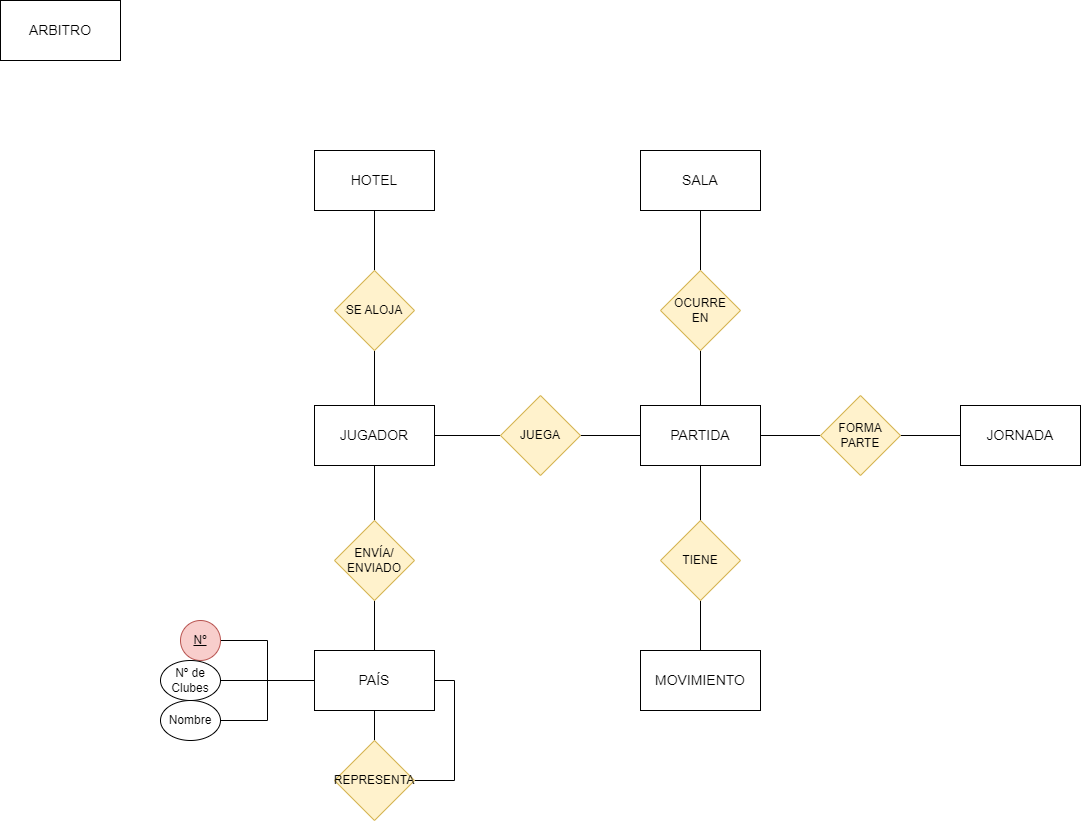
IsaiasTolP/Base-Datos keeps this draw.io diagram as Unidad-2/Tareas-entregables/Entregable-2/images/Tarea-entregable-2.png. Above is the earlier version. Source tidied: cells renumbered, new cells last; positions are measured from the earlier drawing's top-left corner, leaving out a move shared by most shapes.
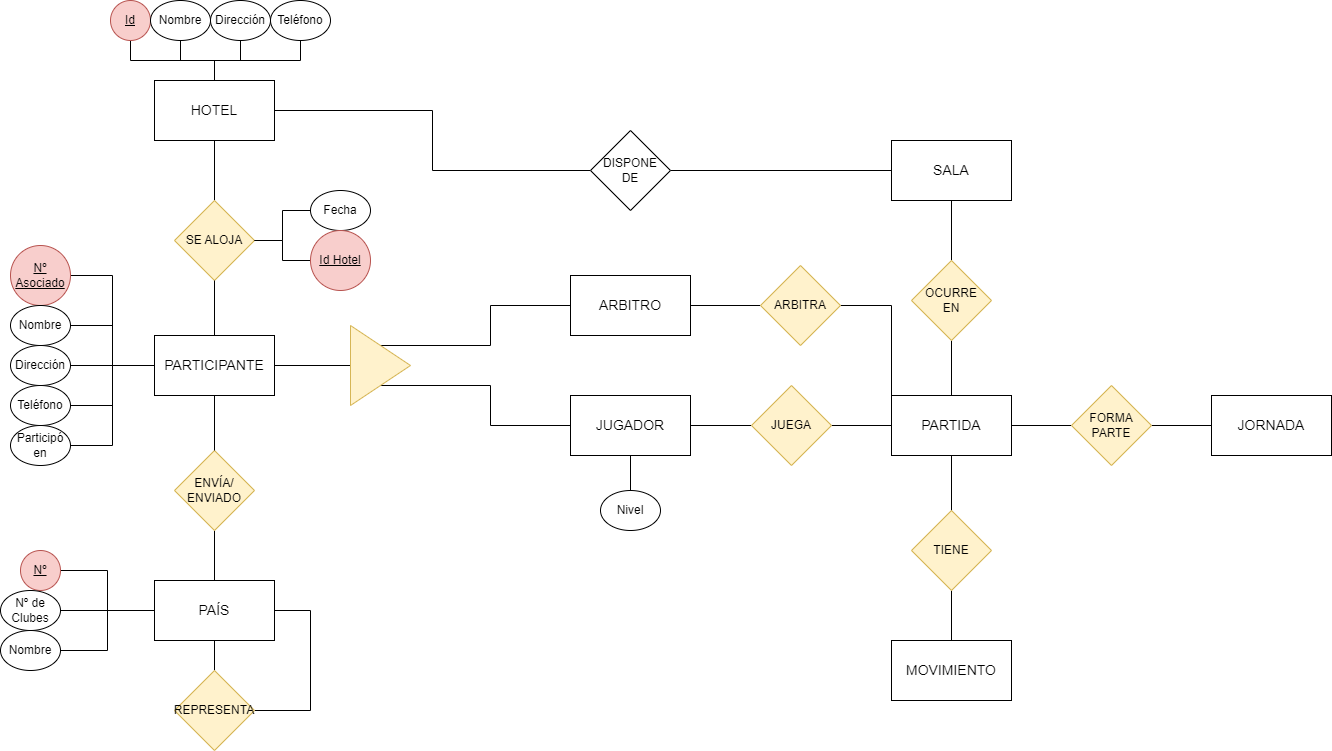
After the change.

What changed in the source:
```diff
@@ -5,14 +5,14 @@
     <mxCell id="2" style="edgeStyle=orthogonalEdgeStyle;rounded=0;jettySize=auto;html=1;endArrow=none;endFill=0;" parent="1" edge="1" source="4" target="18">
       <mxGeometry relative="1" as="geometry" />
     </mxCell>
-    <mxCell id="3" style="edgeStyle=orthogonalEdgeStyle;rounded=0;jettySize=auto;html=1;endArrow=none;endFill=0;" parent="1" edge="1" source="4" target="28">
-      <mxGeometry relative="1" as="geometry" />
-    </mxCell>
     <mxCell id="4" value="JUGADOR" style="rounded=0;whiteSpace=wrap;html=1;fontSize=14;" parent="1" vertex="1">
-      <mxGeometry x="314" y="405" width="120" height="60" as="geometry" />
+      <mxGeometry x="730" y="465" width="120" height="60" as="geometry" />
     </mxCell>
+    <mxCell id="37" style="edgeStyle=orthogonalEdgeStyle;rounded=0;jettySize=auto;html=1;endArrow=none;endFill=0;" parent="1" edge="1" source="5" target="59">
+      <mxGeometry relative="1" as="geometry" />
+    </mxCell>
     <mxCell id="5" value="ARBITRO" style="rounded=0;whiteSpace=wrap;html=1;fontSize=14;" parent="1" vertex="1">
-      <mxGeometry width="120" height="60" as="geometry" />
+      <mxGeometry x="730" y="345" width="120" height="60" as="geometry" />
     </mxCell>
     <mxCell id="6" style="edgeStyle=orthogonalEdgeStyle;rounded=0;jettySize=auto;html=1;endArrow=none;endFill=0;" parent="1" edge="1" source="9" target="18">
       <mxGeometry relative="1" as="geometry" />
@@ -24,53 +24,58 @@
       <mxGeometry relative="1" as="geometry" />
     </mxCell>
     <mxCell id="9" value="PARTIDA" style="rounded=0;whiteSpace=wrap;html=1;fontSize=14;" parent="1" vertex="1">
-      <mxGeometry x="640" y="405" width="120" height="60" as="geometry" />
+      <mxGeometry x="1051" y="465" width="120" height="60" as="geometry" />
     </mxCell>
     <mxCell id="10" style="edgeStyle=orthogonalEdgeStyle;rounded=0;jettySize=auto;html=1;exitX=1;exitY=0.5;exitDx=0;exitDy=0;entryX=1;entryY=0.5;entryDx=0;entryDy=0;endArrow=none;endFill=0;" parent="1" edge="1" source="11" target="36">
-      <mxGeometry relative="1" as="geometry" />
+      <mxGeometry relative="1" as="geometry">
+        <Array as="points">
+          <mxPoint x="470" y="680" />
+          <mxPoint x="470" y="780" />
+        </Array>
+      </mxGeometry>
     </mxCell>
     <mxCell id="11" value="PAÍS" style="rounded=0;whiteSpace=wrap;html=1;fontSize=14;" parent="1" vertex="1">
       <mxGeometry x="314" y="650" width="120" height="60" as="geometry" />
     </mxCell>
+    <mxCell id="38" style="edgeStyle=orthogonalEdgeStyle;rounded=0;jettySize=auto;html=1;exitX=1;exitY=0.5;exitDx=0;exitDy=0;entryX=0;entryY=0.5;entryDx=0;entryDy=0;endArrow=none;endFill=0;" parent="1" edge="1" source="12" target="71">
+      <mxGeometry relative="1" as="geometry" />
+    </mxCell>
     <mxCell id="12" value="HOTEL" style="rounded=0;whiteSpace=wrap;html=1;fontSize=14;" parent="1" vertex="1">
       <mxGeometry x="314" y="150" width="120" height="60" as="geometry" />
     </mxCell>
     <mxCell id="13" value="JORNADA" style="rounded=0;whiteSpace=wrap;html=1;fontSize=14;" parent="1" vertex="1">
-      <mxGeometry x="960" y="405" width="120" height="60" as="geometry" />
+      <mxGeometry x="1371" y="465" width="120" height="60" as="geometry" />
     </mxCell>
     <mxCell id="14" style="edgeStyle=orthogonalEdgeStyle;rounded=0;jettySize=auto;html=1;endArrow=none;endFill=0;" parent="1" edge="1" source="15" target="19">
       <mxGeometry relative="1" as="geometry" />
     </mxCell>
     <mxCell id="15" value="SALA" style="rounded=0;whiteSpace=wrap;html=1;fontSize=14;" parent="1" vertex="1">
-      <mxGeometry x="640" y="150" width="120" height="60" as="geometry" />
+      <mxGeometry x="1051" y="210" width="120" height="60" as="geometry" />
     </mxCell>
     <mxCell id="16" style="edgeStyle=orthogonalEdgeStyle;rounded=0;jettySize=auto;html=1;endArrow=none;endFill=0;" parent="1" edge="1" source="17" target="21">
       <mxGeometry relative="1" as="geometry" />
     </mxCell>
     <mxCell id="17" value="MOVIMIENTO" style="rounded=0;whiteSpace=wrap;html=1;fontSize=14;" parent="1" vertex="1">
-      <mxGeometry x="640" y="650" width="120" height="60" as="geometry" />
+      <mxGeometry x="1051" y="710" width="120" height="60" as="geometry" />
     </mxCell>
     <mxCell id="18" value="JUEGA" style="rhombus;whiteSpace=wrap;html=1;fillColor=#fff2cc;strokeColor=#d6b656;" parent="1" vertex="1">
-      <mxGeometry x="500" y="395" width="80" height="80" as="geometry" />
+      <mxGeometry x="911" y="455" width="80" height="80" as="geometry" />
     </mxCell>
     <mxCell id="19" value="OCURRE &lt;br&gt;EN" style="rhombus;whiteSpace=wrap;html=1;fillColor=#fff2cc;strokeColor=#d6b656;" parent="1" vertex="1">
-      <mxGeometry x="660" y="270" width="80" height="80" as="geometry" />
+      <mxGeometry x="1071" y="330" width="80" height="80" as="geometry" />
     </mxCell>
     <mxCell id="20" style="edgeStyle=orthogonalEdgeStyle;rounded=0;jettySize=auto;html=1;endArrow=none;endFill=0;" parent="1" edge="1" source="21" target="9">
       <mxGeometry relative="1" as="geometry" />
     </mxCell>
     <mxCell id="21" value="TIENE" style="rhombus;whiteSpace=wrap;html=1;fillColor=#fff2cc;strokeColor=#d6b656;" parent="1" vertex="1">
-      <mxGeometry x="660" y="520" width="80" height="80" as="geometry" />
+      <mxGeometry x="1071" y="580" width="80" height="80" as="geometry" />
     </mxCell>
     <mxCell id="22" style="edgeStyle=orthogonalEdgeStyle;rounded=0;jettySize=auto;html=1;endArrow=none;endFill=0;" parent="1" edge="1" source="23" target="13">
       <mxGeometry relative="1" as="geometry" />
     </mxCell>
     <mxCell id="23" value="FORMA PARTE" style="rhombus;whiteSpace=wrap;html=1;fillColor=#fff2cc;strokeColor=#d6b656;" parent="1" vertex="1">
-      <mxGeometry x="820" y="395" width="80" height="80" as="geometry" />
+      <mxGeometry x="1231" y="455" width="80" height="80" as="geometry" />
     </mxCell>
-    <mxCell id="24" style="edgeStyle=orthogonalEdgeStyle;rounded=0;jettySize=auto;html=1;endArrow=none;endFill=0;" parent="1" edge="1" source="26" target="4">
-      <mxGeometry relative="1" as="geometry" />
-    </mxCell>
     <mxCell id="25" style="edgeStyle=orthogonalEdgeStyle;rounded=0;jettySize=auto;html=1;endArrow=none;endFill=0;" parent="1" edge="1" source="26" target="11">
       <mxGeometry relative="1" as="geometry" />
     </mxCell>
@@ -107,5 +112,110 @@
     <mxCell id="36" value="REPRESENTA" style="rhombus;whiteSpace=wrap;html=1;fillColor=#fff2cc;strokeColor=#d6b656;" parent="1" vertex="1">
       <mxGeometry x="334" y="740" width="80" height="80" as="geometry" />
     </mxCell>
+    <mxCell id="39" style="edgeStyle=orthogonalEdgeStyle;rounded=0;jettySize=auto;html=1;endArrow=none;endFill=0;" parent="1" edge="1" source="42" target="28">
+      <mxGeometry relative="1" as="geometry" />
+    </mxCell>
+    <mxCell id="40" style="edgeStyle=orthogonalEdgeStyle;rounded=0;jettySize=auto;html=1;endArrow=none;endFill=0;" parent="1" edge="1" source="42" target="26">
+      <mxGeometry relative="1" as="geometry" />
+    </mxCell>
+    <mxCell id="41" style="edgeStyle=orthogonalEdgeStyle;rounded=0;jettySize=auto;html=1;exitX=1;exitY=0.5;exitDx=0;exitDy=0;entryX=0;entryY=0.5;entryDx=0;entryDy=0;endArrow=none;endFill=0;" parent="1" edge="1" source="42" target="45">
+      <mxGeometry relative="1" as="geometry" />
+    </mxCell>
+    <mxCell id="42" value="PARTICIPANTE" style="rounded=0;whiteSpace=wrap;html=1;fontSize=14;" parent="1" vertex="1">
+      <mxGeometry x="314" y="405" width="120" height="60" as="geometry" />
+    </mxCell>
+    <mxCell id="43" style="edgeStyle=orthogonalEdgeStyle;rounded=0;jettySize=auto;html=1;exitX=0.5;exitY=1;exitDx=0;exitDy=0;entryX=0;entryY=0.5;entryDx=0;entryDy=0;endArrow=none;endFill=0;" parent="1" edge="1" source="45" target="4">
+      <mxGeometry relative="1" as="geometry" />
+    </mxCell>
+    <mxCell id="44" style="edgeStyle=orthogonalEdgeStyle;rounded=0;jettySize=auto;html=1;exitX=0.5;exitY=0;exitDx=0;exitDy=0;entryX=0;entryY=0.5;entryDx=0;entryDy=0;endArrow=none;endFill=0;" parent="1" edge="1" source="45" target="5">
+      <mxGeometry relative="1" as="geometry" />
+    </mxCell>
+    <mxCell id="45" style="triangle;whiteSpace=wrap;html=1;fillColor=#fff2cc;strokeColor=#d6b656;" parent="1" vertex="1">
+      <mxGeometry x="510" y="395" width="60" height="80" as="geometry" />
+    </mxCell>
+    <mxCell id="46" style="edgeStyle=orthogonalEdgeStyle;rounded=0;jettySize=auto;html=1;exitX=1;exitY=0.5;exitDx=0;exitDy=0;entryX=0;entryY=0.5;entryDx=0;entryDy=0;endArrow=none;endFill=0;" parent="1" edge="1" source="47" target="42">
+      <mxGeometry relative="1" as="geometry" />
+    </mxCell>
+    <mxCell id="47" value="&lt;u&gt;Nº Asociado&lt;/u&gt;" style="ellipse;whiteSpace=wrap;html=1;fillColor=#f8cecc;strokeColor=#b85450;" parent="1" vertex="1">
+      <mxGeometry x="170" y="315" width="60" height="60" as="geometry" />
+    </mxCell>
+    <mxCell id="48" style="edgeStyle=orthogonalEdgeStyle;rounded=0;jettySize=auto;html=1;endArrow=none;endFill=0;" parent="1" edge="1" source="49" target="42">
+      <mxGeometry relative="1" as="geometry" />
+    </mxCell>
+    <mxCell id="49" value="Nombre" style="ellipse;whiteSpace=wrap;html=1;" parent="1" vertex="1">
+      <mxGeometry x="170" y="375" width="60" height="40" as="geometry" />
+    </mxCell>
+    <mxCell id="50" style="edgeStyle=orthogonalEdgeStyle;rounded=0;jettySize=auto;html=1;endArrow=none;endFill=0;" parent="1" edge="1" source="51" target="42">
+      <mxGeometry relative="1" as="geometry" />
+    </mxCell>
+    <mxCell id="51" value="Dirección" style="ellipse;whiteSpace=wrap;html=1;" parent="1" vertex="1">
+      <mxGeometry x="170" y="415" width="60" height="40" as="geometry" />
+    </mxCell>
+    <mxCell id="52" style="edgeStyle=orthogonalEdgeStyle;rounded=0;jettySize=auto;html=1;endArrow=none;endFill=0;" parent="1" edge="1" source="53" target="42">
+      <mxGeometry relative="1" as="geometry" />
+    </mxCell>
+    <mxCell id="53" value="Teléfono" style="ellipse;whiteSpace=wrap;html=1;" parent="1" vertex="1">
+      <mxGeometry x="170" y="455" width="60" height="40" as="geometry" />
+    </mxCell>
+    <mxCell id="54" style="edgeStyle=orthogonalEdgeStyle;rounded=0;jettySize=auto;html=1;exitX=1;exitY=0.5;exitDx=0;exitDy=0;entryX=0;entryY=0.5;entryDx=0;entryDy=0;endArrow=none;endFill=0;" parent="1" edge="1" source="55" target="42">
+      <mxGeometry relative="1" as="geometry" />
+    </mxCell>
+    <mxCell id="55" value="Participó en" style="ellipse;whiteSpace=wrap;html=1;" parent="1" vertex="1">
+      <mxGeometry x="170" y="495" width="60" height="40" as="geometry" />
+    </mxCell>
+    <mxCell id="56" style="edgeStyle=orthogonalEdgeStyle;rounded=0;jettySize=auto;html=1;endArrow=none;endFill=0;" parent="1" edge="1" source="57" target="4">
+      <mxGeometry relative="1" as="geometry" />
+    </mxCell>
+    <mxCell id="57" value="Nivel" style="ellipse;whiteSpace=wrap;html=1;" parent="1" vertex="1">
+      <mxGeometry x="760" y="560" width="60" height="40" as="geometry" />
+    </mxCell>
+    <mxCell id="58" style="edgeStyle=orthogonalEdgeStyle;rounded=0;jettySize=auto;html=1;exitX=1;exitY=0.5;exitDx=0;exitDy=0;entryX=0;entryY=0;entryDx=0;entryDy=0;endArrow=none;endFill=0;" parent="1" edge="1" source="59" target="9">
+      <mxGeometry relative="1" as="geometry" />
+    </mxCell>
+    <mxCell id="59" value="ARBITRA" style="rhombus;whiteSpace=wrap;html=1;fillColor=#fff2cc;strokeColor=#d6b656;" parent="1" vertex="1">
+      <mxGeometry x="920" y="335" width="80" height="80" as="geometry" />
+    </mxCell>
+    <mxCell id="60" style="edgeStyle=orthogonalEdgeStyle;rounded=0;jettySize=auto;html=1;exitX=0.5;exitY=1;exitDx=0;exitDy=0;entryX=0.5;entryY=0;entryDx=0;entryDy=0;endArrow=none;endFill=0;" parent="1" edge="1" source="61" target="12">
+      <mxGeometry relative="1" as="geometry" />
+    </mxCell>
+    <mxCell id="61" value="&lt;u&gt;Id&lt;/u&gt;" style="ellipse;whiteSpace=wrap;html=1;fillColor=#f8cecc;strokeColor=#b85450;" parent="1" vertex="1">
+      <mxGeometry x="270" y="70" width="40" height="40" as="geometry" />
+    </mxCell>
+    <mxCell id="62" style="edgeStyle=orthogonalEdgeStyle;rounded=0;jettySize=auto;html=1;endArrow=none;endFill=0;" parent="1" edge="1" source="63" target="28">
+      <mxGeometry relative="1" as="geometry" />
+    </mxCell>
+    <mxCell id="63" value="Fecha" style="ellipse;whiteSpace=wrap;html=1;" parent="1" vertex="1">
+      <mxGeometry x="470" y="260" width="60" height="40" as="geometry" />
+    </mxCell>
+    <mxCell id="64" style="edgeStyle=orthogonalEdgeStyle;rounded=0;jettySize=auto;html=1;endArrow=none;endFill=0;" parent="1" edge="1" source="65" target="12">
+      <mxGeometry relative="1" as="geometry" />
+    </mxCell>
+    <mxCell id="65" value="Dirección" style="ellipse;whiteSpace=wrap;html=1;" parent="1" vertex="1">
+      <mxGeometry x="370" y="70" width="60" height="40" as="geometry" />
+    </mxCell>
+    <mxCell id="66" style="edgeStyle=orthogonalEdgeStyle;rounded=0;jettySize=auto;html=1;endArrow=none;endFill=0;" parent="1" edge="1" source="67" target="12">
+      <mxGeometry relative="1" as="geometry" />
+    </mxCell>
+    <mxCell id="67" value="Teléfono" style="ellipse;whiteSpace=wrap;html=1;" parent="1" vertex="1">
+      <mxGeometry x="430" y="70" width="60" height="40" as="geometry" />
+    </mxCell>
+    <mxCell id="68" style="edgeStyle=orthogonalEdgeStyle;rounded=0;jettySize=auto;html=1;endArrow=none;endFill=0;" parent="1" edge="1" source="69" target="12">
+      <mxGeometry relative="1" as="geometry" />
+    </mxCell>
+    <mxCell id="69" value="Nombre" style="ellipse;whiteSpace=wrap;html=1;" parent="1" vertex="1">
+      <mxGeometry x="310" y="70" width="60" height="40" as="geometry" />
+    </mxCell>
+    <mxCell id="70" style="edgeStyle=orthogonalEdgeStyle;rounded=0;jettySize=auto;html=1;exitX=1;exitY=0.5;exitDx=0;exitDy=0;entryX=0;entryY=0.5;entryDx=0;entryDy=0;endArrow=none;endFill=0;" parent="1" edge="1" source="71" target="15">
+      <mxGeometry relative="1" as="geometry" />
+    </mxCell>
+    <mxCell id="71" value="DISPONE &lt;br&gt;DE" style="rhombus;whiteSpace=wrap;html=1;" parent="1" vertex="1">
+      <mxGeometry x="750" y="200" width="80" height="80" as="geometry" />
+    </mxCell>
+    <mxCell id="72" style="edgeStyle=orthogonalEdgeStyle;rounded=0;jettySize=auto;html=1;endArrow=none;endFill=0;" parent="1" edge="1" source="73" target="28">
+      <mxGeometry relative="1" as="geometry" />
+    </mxCell>
+    <mxCell id="73" value="&lt;u&gt;Id Hotel&lt;/u&gt;" style="ellipse;whiteSpace=wrap;html=1;fillColor=#f8cecc;strokeColor=#b85450;" parent="1" vertex="1">
+      <mxGeometry x="470" y="300" width="60" height="60" as="geometry" />
+    </mxCell>
   </root>
 </mxGraphModel>
```
